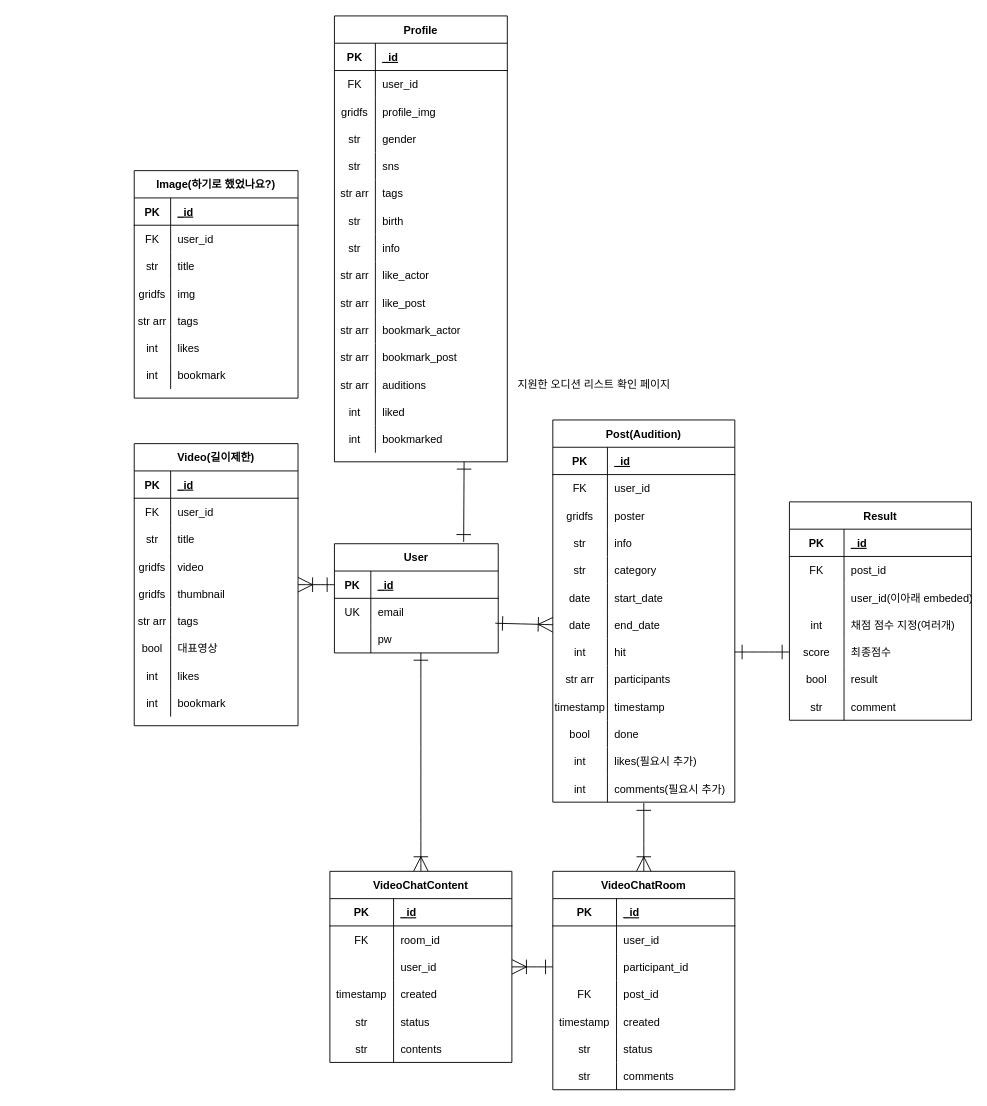
Earlier version of the draw.io diagram cast2.drawio (wookyoon/cast). Source tidied: cells renumbered, new cells numbered last; positions are measured from the earlier drawing's top-left corner, leaving out a move shared by most shapes. Both pictures are drawn from the tidied source at 91%, with x=0, y=0 at pixel (134, 15).
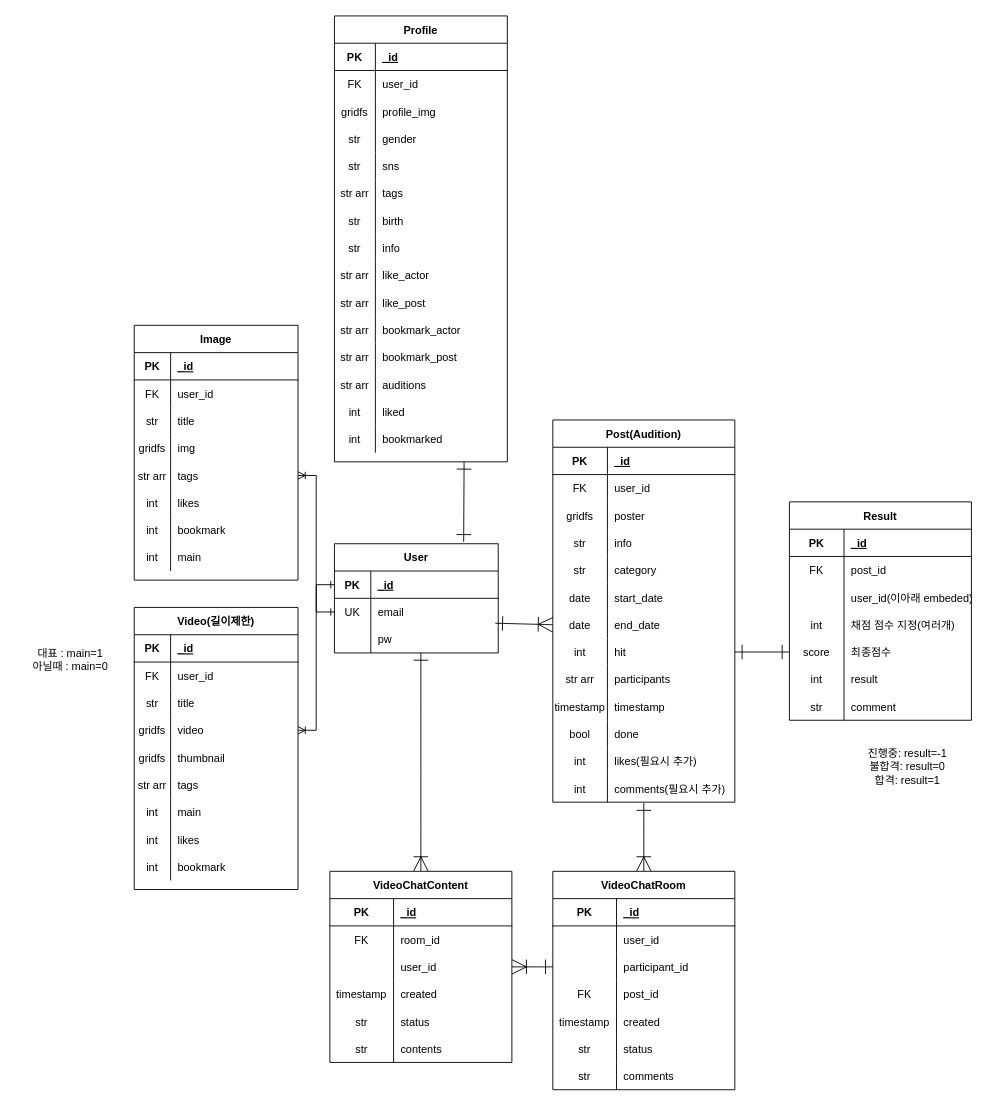
The same page after the edit.

The change refers to these unchanged cells:
```xml
<mxCell id="3" style="shape=tableRow;horizontal=0;startSize=0;swimlaneHead=0;swimlaneBody=0;fillColor=none;points=[[0,0.5],[1,0.5]];portConstraint=eastwest;top=0;left=0;right=0;bottom=1;hachureGap=4;" parent="2" vertex="1">
  <mxGeometry y="30" width="180" height="30" as="geometry" />
</mxCell>
<mxCell id="6" style="shape=tableRow;horizontal=0;startSize=0;swimlaneHead=0;swimlaneBody=0;fillColor=none;points=[[0,0.5],[1,0.5]];portConstraint=eastwest;top=0;left=0;right=0;bottom=0;hachureGap=4;" parent="2" vertex="1">
  <mxGeometry y="60" width="180" height="30" as="geometry" />
</mxCell>
<mxCell id="109" style="shape=tableRow;horizontal=0;startSize=0;swimlaneHead=0;swimlaneBody=0;fillColor=none;points=[[0,0.5],[1,0.5]];portConstraint=eastwest;top=0;left=0;right=0;bottom=0;hachureGap=4;" parent="99" vertex="1">
  <mxGeometry y="120" width="180" height="30" as="geometry" />
</mxCell>
<mxCell id="118" style="shape=tableRow;horizontal=0;startSize=0;swimlaneHead=0;swimlaneBody=0;fillColor=none;top=0;left=0;right=0;bottom=0;hachureGap=4;" parent="99" vertex="1">
  <mxGeometry y="210" width="180" height="30" as="geometry" />
</mxCell>
<mxCell id="144" style="shape=tableRow;horizontal=0;startSize=0;swimlaneHead=0;swimlaneBody=0;fillColor=none;top=0;left=0;right=0;bottom=0;hachureGap=4;" parent="128" vertex="1">
  <mxGeometry y="180" width="200" height="30" as="geometry" />
</mxCell>
<mxCell id="163" style="shape=tableRow;horizontal=0;startSize=0;swimlaneHead=0;swimlaneBody=0;fillColor=none;points=[[0,0.5],[1,0.5]];portConstraint=eastwest;top=0;left=0;right=0;bottom=0;hachureGap=4;" parent="150" vertex="1">
  <mxGeometry y="150" width="180" height="30" as="geometry" />
</mxCell>
```

Diff of the diagram source:
```diff
@@
     <mxCell id="99" value="Video(길이제한)" style="shape=table;startSize=30;childLayout=tableLayout;rowLines=0;fontStyle=1;align=center;hachureGap=4;" parent="1" vertex="1">
-      <mxGeometry y="470" width="180" height="310" as="geometry" />
+      <mxGeometry y="650" width="180" height="310" as="geometry" />
     </mxCell>
@@
-    <mxCell id="119" value="bool" style="shape=partialRectangle;fillColor=none;top=0;left=0;bottom=0;right=0;overflow=hidden;hachureGap=4;" parent="118" vertex="1">
+    <mxCell id="119" value="int" style="shape=partialRectangle;fillColor=none;top=0;left=0;bottom=0;right=0;overflow=hidden;hachureGap=4;" parent="118" vertex="1">
       <mxGeometry width="40" height="30" as="geometry" />
     </mxCell>
-    <mxCell id="120" value="대표영상" style="shape=partialRectangle;fillColor=none;top=0;left=0;bottom=0;right=0;align=left;spacingLeft=6;overflow=hidden;hachureGap=4;" parent="118" vertex="1">
+    <mxCell id="120" value="main" style="shape=partialRectangle;fillColor=none;top=0;left=0;bottom=0;right=0;align=left;spacingLeft=6;overflow=hidden;hachureGap=4;" parent="118" vertex="1">
       <mxGeometry x="40" width="140" height="30" as="geometry" />
     </mxCell>
@@
-    <mxCell id="127" style="edgeStyle=none;curved=1;rounded=0;jettySize=auto;html=1;exitX=0;exitY=0.5;exitDx=0;exitDy=0;entryX=1;entryY=0.5;entryDx=0;entryDy=0;startArrow=ERone;startFill=0;endArrow=ERoneToMany;endFill=0;startSize=14;endSize=14;sourcePerimeterSpacing=8;targetPerimeterSpacing=8;" parent="1" edge="1" target="99">
-      <mxGeometry relative="1" as="geometry">
-        <mxPoint x="220" y="625" as="sourcePoint" />
-      </mxGeometry>
-    </mxCell>
@@
-    <mxCell id="145" value="bool" style="shape=partialRectangle;fillColor=none;top=0;left=0;bottom=0;right=0;overflow=hidden;hachureGap=4;" parent="144" vertex="1">
+    <mxCell id="145" value="int" style="shape=partialRectangle;fillColor=none;top=0;left=0;bottom=0;right=0;overflow=hidden;hachureGap=4;" parent="144" vertex="1">
       <mxGeometry width="60" height="30" as="geometry" />
     </mxCell>
@@
-    <mxCell id="150" value="Image(하기로 했었나요?)" style="shape=table;startSize=30;childLayout=tableLayout;rowLines=0;fontStyle=1;align=center;hachureGap=4;" parent="1" vertex="1">
-      <mxGeometry y="170" width="180" height="250" as="geometry" />
+    <mxCell id="150" value="Image" style="shape=table;startSize=30;childLayout=tableLayout;rowLines=0;fontStyle=1;align=center;hachureGap=4;" parent="1" vertex="1">
+      <mxGeometry y="340" width="180" height="280" as="geometry" />
     </mxCell>
@@
+    <mxCell id="219" style="shape=tableRow;horizontal=0;startSize=0;swimlaneHead=0;swimlaneBody=0;fillColor=none;top=0;left=0;right=0;bottom=0;hachureGap=4;" parent="150" vertex="1">
+      <mxGeometry y="240" width="180" height="30" as="geometry" />
+    </mxCell>
+    <mxCell id="220" value="int" style="shape=partialRectangle;fillColor=none;top=0;left=0;bottom=0;right=0;overflow=hidden;hachureGap=4;" parent="219" vertex="1">
+      <mxGeometry width="40" height="30" as="geometry" />
+    </mxCell>
+    <mxCell id="221" value="main" style="shape=partialRectangle;fillColor=none;top=0;left=0;bottom=0;right=0;align=left;spacingLeft=6;overflow=hidden;hachureGap=4;" parent="219" vertex="1">
+      <mxGeometry x="40" width="140" height="30" as="geometry" />
+    </mxCell>
@@
-    <mxCell id="218" value="지원한 오디션 리스트 확인 페이지" style="text;html=1;align=center;verticalAlign=middle;strokeColor=none;fillColor=none;hachureGap=4;" parent="1" vertex="1">
-      <mxGeometry x="410" y="390" width="190" height="30" as="geometry" />
-    </mxCell>
+    <mxCell id="222" style="edgeStyle=orthogonalEdgeStyle;rounded=0;jettySize=auto;html=1;exitX=0;exitY=0.5;exitDx=0;exitDy=0;entryX=1;entryY=0.5;entryDx=0;entryDy=0;startArrow=ERone;startFill=0;endArrow=ERoneToMany;endFill=0;" parent="1" edge="1" source="6" target="163">
+      <mxGeometry relative="1" as="geometry" />
+    </mxCell>
+    <mxCell id="223" style="edgeStyle=orthogonalEdgeStyle;rounded=0;jettySize=auto;html=1;exitX=0;exitY=0.5;exitDx=0;exitDy=0;startArrow=ERone;startFill=0;endArrow=ERoneToMany;endFill=0;" parent="1" edge="1" source="3" target="109">
+      <mxGeometry relative="1" as="geometry" />
+    </mxCell>
+    <mxCell id="224" value="&lt;div&gt;진행중: result=-1&lt;/div&gt;&lt;div&gt;불합격: result=0&lt;/div&gt;&lt;div&gt;합격: result=1&lt;br&gt;&lt;/div&gt;" style="text;html=1;strokeColor=none;fillColor=none;align=center;verticalAlign=middle;whiteSpace=wrap;rounded=0;" parent="1" vertex="1">
+      <mxGeometry x="790" y="790" width="120" height="70" as="geometry" />
+    </mxCell>
+    <mxCell id="225" value="&lt;div&gt;대표 : main=1&lt;/div&gt;&lt;div&gt;아닐때 : main=0&lt;br&gt;&lt;/div&gt;&lt;div&gt;&lt;br&gt;&lt;/div&gt;" style="text;html=1;strokeColor=none;fillColor=none;align=center;verticalAlign=middle;whiteSpace=wrap;rounded=0;" parent="1" vertex="1">
+      <mxGeometry x="-130" y="690" width="120" height="50" as="geometry" />
+    </mxCell>
```
